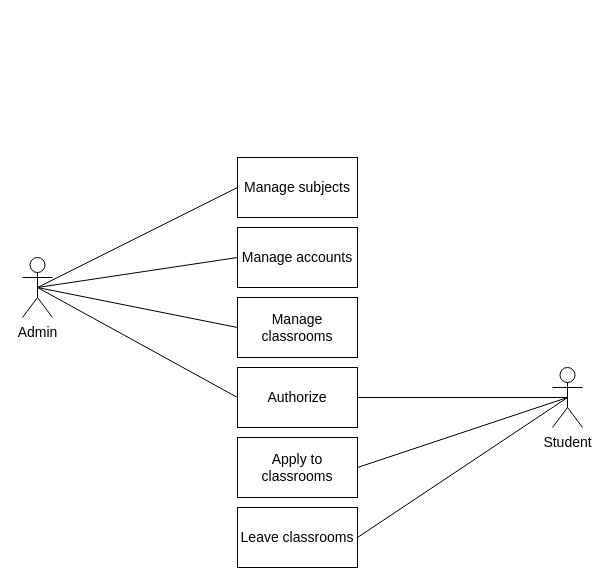
Earlier version of the draw.io diagram page "Usecase" (1 of 2) of design.drawio (phuongbv00/aptech_crm). Source tidied: cells renumbered, new cells numbered last; positions are measured from the earlier drawing's top-left corner, leaving out a move shared by most shapes. Both pictures are drawn from the tidied source at 100%, with x=0, y=0 at pixel (22, 157).
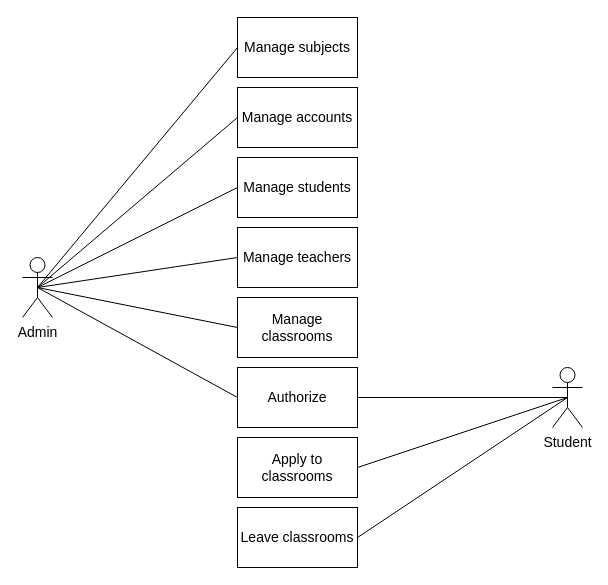
The same diagram, later.

The change refers to these unchanged cells:
```xml
<mxCell id="7" value="Admin" style="shape=umlActor;verticalLabelPosition=bottom;verticalAlign=top;html=1;outlineConnect=0;fontSize=14;" parent="1" vertex="1">
  <mxGeometry y="100" width="30" height="60" as="geometry" />
</mxCell>
```

Diff of the diagram source:
```diff
@@
+    <mxCell id="17" style="rounded=0;jettySize=auto;html=1;exitX=0.5;exitY=0.5;exitDx=0;exitDy=0;exitPerimeter=0;entryX=0;entryY=0.5;entryDx=0;entryDy=0;endArrow=none;endFill=0;" parent="1" edge="1" source="7" target="19">
+      <mxGeometry relative="1" as="geometry" />
+    </mxCell>
+    <mxCell id="18" style="edgeStyle=none;rounded=0;jettySize=auto;html=1;exitX=0.5;exitY=0.5;exitDx=0;exitDy=0;exitPerimeter=0;entryX=0;entryY=0.5;entryDx=0;entryDy=0;endArrow=none;endFill=0;" parent="1" edge="1" source="7" target="20">
+      <mxGeometry relative="1" as="geometry" />
+    </mxCell>
@@
     <mxCell id="13" value="Manage accounts" style="rounded=0;whiteSpace=wrap;html=1;fontSize=14;" parent="1" vertex="1">
-      <mxGeometry x="215" y="70" width="120" height="60" as="geometry" />
+      <mxGeometry x="215" y="-70" width="120" height="60" as="geometry" />
     </mxCell>
     <mxCell id="14" value="Manage subjects" style="rounded=0;whiteSpace=wrap;html=1;fontSize=14;" parent="1" vertex="1">
-      <mxGeometry x="215" width="120" height="60" as="geometry" />
+      <mxGeometry x="215" y="-140" width="120" height="60" as="geometry" />
     </mxCell>
@@
+    <mxCell id="19" value="Manage students" style="rounded=0;whiteSpace=wrap;html=1;fontSize=14;" parent="1" vertex="1">
+      <mxGeometry x="215" width="120" height="60" as="geometry" />
+    </mxCell>
+    <mxCell id="20" value="Manage teachers" style="rounded=0;whiteSpace=wrap;html=1;fontSize=14;" parent="1" vertex="1">
+      <mxGeometry x="215" y="70" width="120" height="60" as="geometry" />
+    </mxCell>
```
